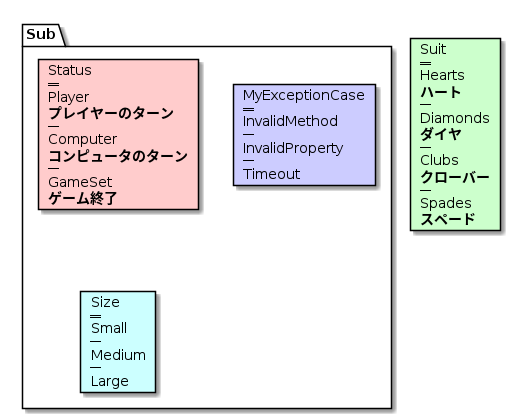
Above: output-division.png in smeghead/php-class-diagram (PlantUML), before the change.
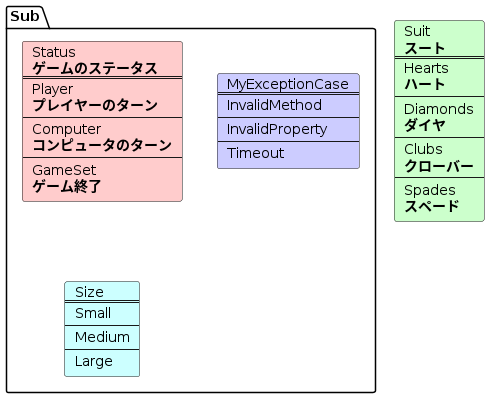
The same diagram one commit later.

The edit, as a diff of the source:
```diff
@@ -1,6 +1,7 @@
 @startuml division-diagram
   card Suit #ccffcc [
     Suit
+    <b>スート</b>
     ====
     Hearts
     <b>ハート</b>
@@ -17,6 +18,7 @@
   package Sub as Sub {
     card Status #ffcccc [
       Status
+      <b>ゲームのステータス</b>
       ====
       Player
       <b>プレイヤーのターン</b>
```
